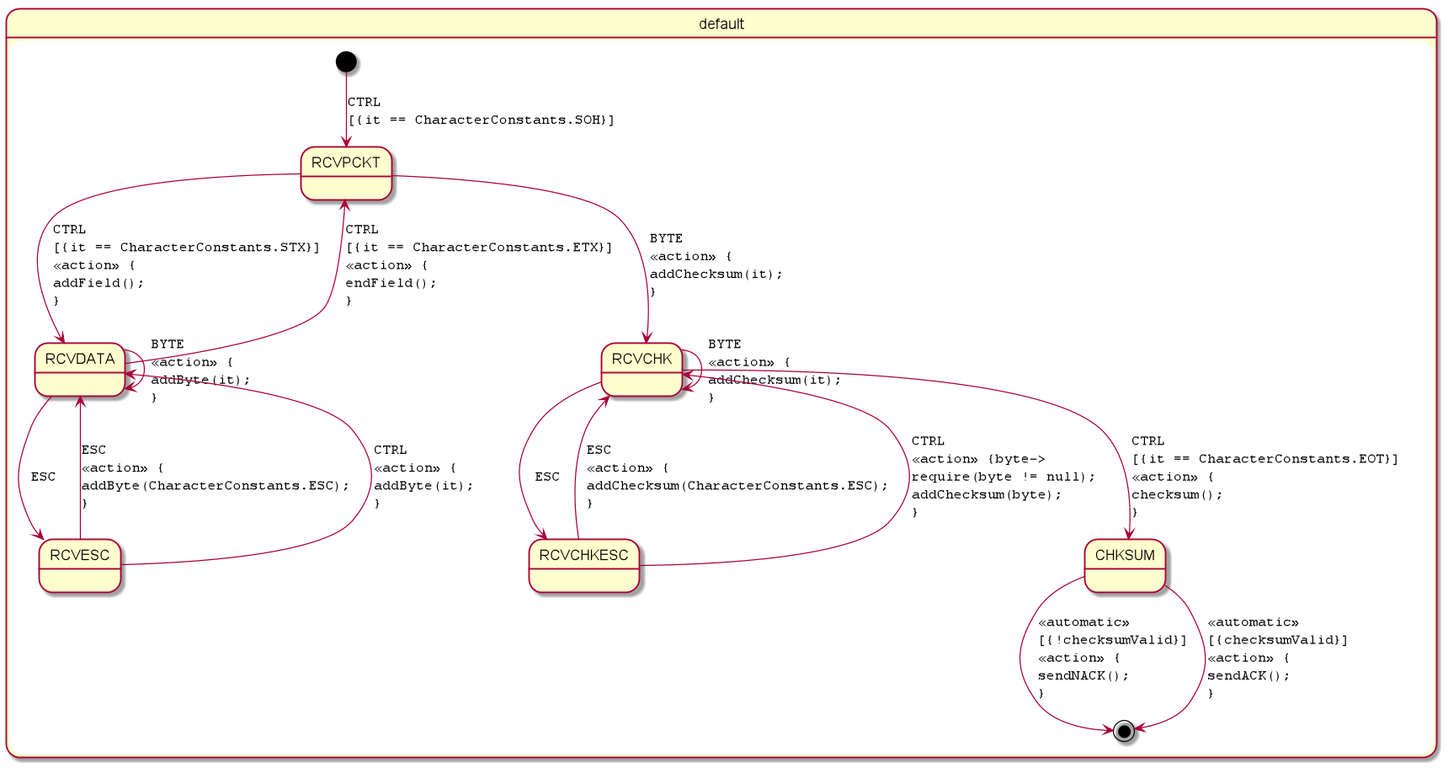
Above: packet_reader-parsed.png in open-jumpco/kfsm-viz (PlantUML), before the change.
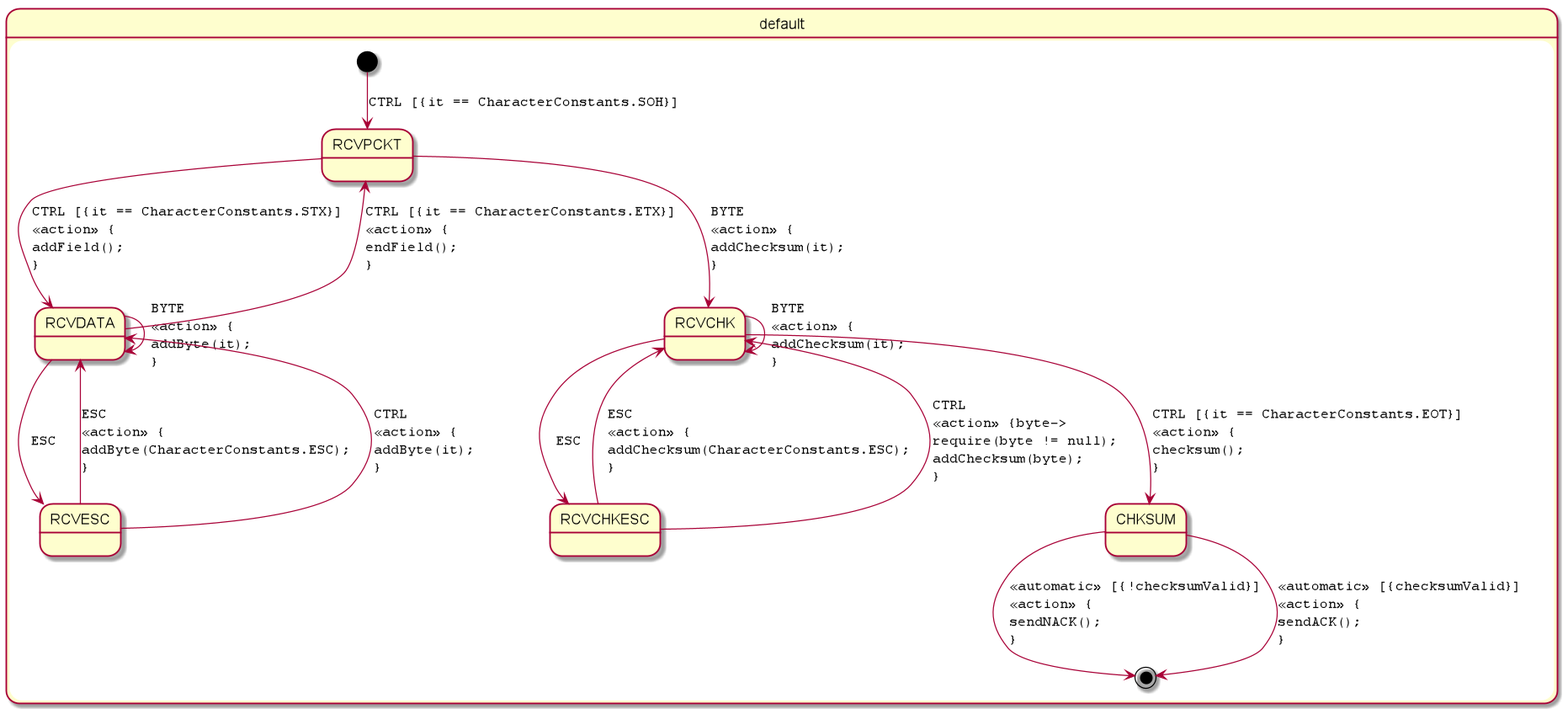
The same file after the commit.

The edit, as a diff of the source:
```diff
@@ -2,19 +2,19 @@
 skinparam StateFontName Helvetica
 skinparam defaultFontName Monospaced
 state default {
-[*] --> RCVPCKT : CTRL\l[{it == CharacterConstants.SOH}]
-RCVPCKT --> RCVDATA : CTRL\l[{it == CharacterConstants.STX}]\l<<action>> {\laddField();\l}
+[*] --> RCVPCKT : CTRL [{it == CharacterConstants.SOH}]
+RCVPCKT --> RCVDATA : CTRL [{it == CharacterConstants.STX}]\l<<action>> {\laddField();\l}
 RCVPCKT --> RCVCHK : BYTE\l<<action>> {\laddChecksum(it);\l}
 RCVDATA --> RCVDATA : BYTE\l<<action>> {\laddByte(it);\l}
-RCVDATA --> RCVPCKT : CTRL\l[{it == CharacterConstants.ETX}]\l<<action>> {\lendField();\l}
+RCVDATA --> RCVPCKT : CTRL [{it == CharacterConstants.ETX}]\l<<action>> {\lendField();\l}
 RCVDATA --> RCVESC : ESC
 RCVESC --> RCVDATA : ESC\l<<action>> {\laddByte(CharacterConstants.ESC);\l}
 RCVESC --> RCVDATA : CTRL\l<<action>> {\laddByte(it);\l}
 RCVCHK --> RCVCHK : BYTE\l<<action>> {\laddChecksum(it);\l}
 RCVCHK --> RCVCHKESC : ESC
-RCVCHK --> CHKSUM : CTRL\l[{it == CharacterConstants.EOT}]\l<<action>> {\lchecksum();\l}
-CHKSUM --> [*] : <<automatic>>\l[{!checksumValid}]\l<<action>> {\lsendNACK();\l}
-CHKSUM --> [*] : <<automatic>>\l[{checksumValid}]\l<<action>> {\lsendACK();\l}
+RCVCHK --> CHKSUM : CTRL [{it == CharacterConstants.EOT}]\l<<action>> {\lchecksum();\l}
+CHKSUM --> [*] : <<automatic>> [{!checksumValid}]\l<<action>> {\lsendNACK();\l}
+CHKSUM --> [*] : <<automatic>> [{checksumValid}]\l<<action>> {\lsendACK();\l}
 RCVCHKESC --> RCVCHK : ESC\l<<action>> {\laddChecksum(CharacterConstants.ESC);\l}
 RCVCHKESC --> RCVCHK : CTRL\l<<action>> {byte->\lrequire(byte != null);\laddChecksum(byte);\l}
 }
```
